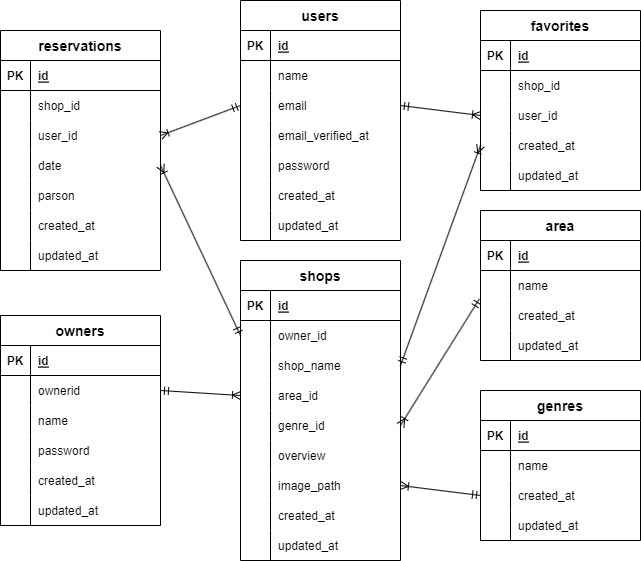
Above: src/.drawio.png in yoshikiakazawa/Rese_rest (draw.io), before the change. Source tidied: cells renumbered, new cells last; positions are measured from the earlier drawing's top-left corner, leaving out a move shared by most shapes.
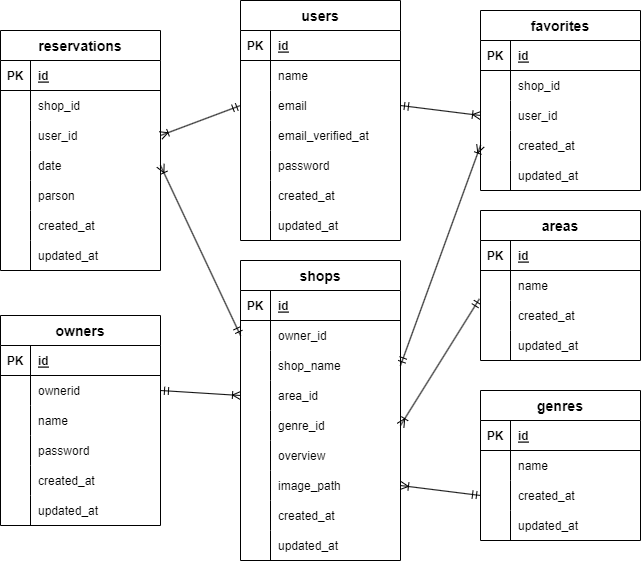
Later version of the same file.

The edit, as a diff of the source:
```diff
@@ -332,7 +332,7 @@
     <mxCell id="111" value="updated_at" style="shape=partialRectangle;fillColor=none;top=0;left=0;bottom=0;right=0;align=left;spacingLeft=6;overflow=hidden;" parent="109" vertex="1">
       <mxGeometry x="30" width="130" height="30" as="geometry" />
     </mxCell>
-    <mxCell id="112" value="area" style="shape=table;startSize=30;rowLines=0;fontStyle=1;align=center;fontSize=14;" parent="1" vertex="1">
+    <mxCell id="112" value="areas" style="shape=table;startSize=30;rowLines=0;fontStyle=1;align=center;fontSize=14;" parent="1" vertex="1">
       <mxGeometry x="480" y="210" width="160" height="150" as="geometry" />
     </mxCell>
     <mxCell id="113" style="shape=tableRow;horizontal=0;startSize=0;swimlaneHead=0;swimlaneBody=0;fillColor=none;top=0;left=0;right=0;bottom=1;" parent="112" vertex="1">
```
